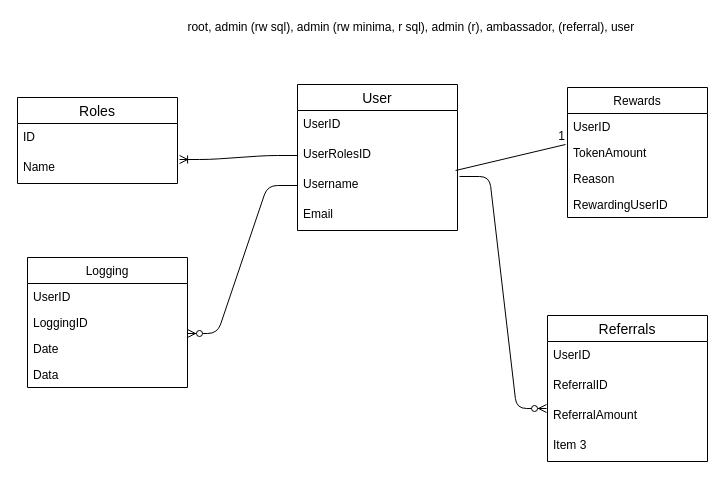
minima-global/incentivecash keeps this draw.io diagram as docs/images/dbase.drawio. Above is the earlier version. Source tidied: cells renumbered, new cells numbered last; positions are measured from the earlier drawing's top-left corner, leaving out a move shared by most shapes. Both pictures are drawn from the tidied source at 100%, with x=0, y=0 at pixel (17, 17).
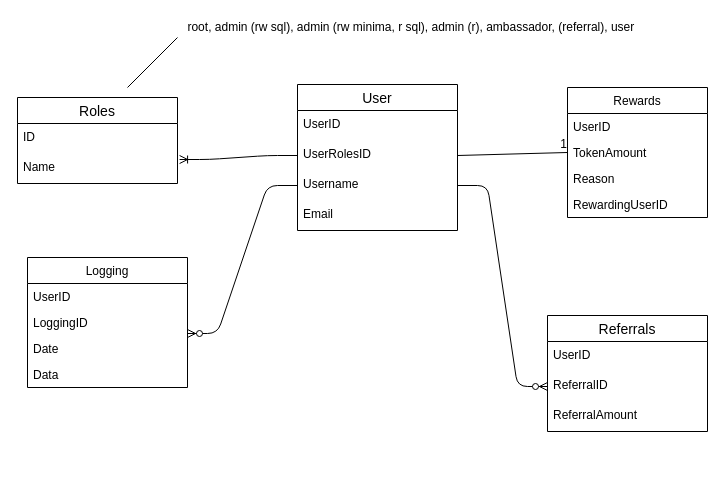
Above is the later version.

Commit message (it also covers changes not shown here):
Latest dbase design

Unchanged cells that the change refers to:
```xml
<mxCell id="4" value="UserRolesID" style="text;strokeColor=none;fillColor=none;spacingLeft=4;spacingRight=4;overflow=hidden;points=[[0,0.5],[1,0.5]];portConstraint=eastwest;fontSize=12;" parent="2" vertex="1">
  <mxGeometry y="56" width="160" height="30" as="geometry" />
</mxCell>
<mxCell id="5" value="Username" style="text;strokeColor=none;fillColor=none;spacingLeft=4;spacingRight=4;overflow=hidden;points=[[0,0.5],[1,0.5]];portConstraint=eastwest;fontSize=12;" parent="2" vertex="1">
  <mxGeometry y="86" width="160" height="30" as="geometry" />
</mxCell>
<mxCell id="12" value="TokenAmount" style="text;strokeColor=none;fillColor=none;align=left;verticalAlign=top;spacingLeft=4;spacingRight=4;overflow=hidden;points=[[0,0.5],[1,0.5]];portConstraint=eastwest;" parent="10" vertex="1">
  <mxGeometry y="52" width="140" height="26" as="geometry" />
</mxCell>
<mxCell id="27" value="ReferralID" style="text;strokeColor=none;fillColor=none;spacingLeft=4;spacingRight=4;overflow=hidden;points=[[0,0.5],[1,0.5]];portConstraint=eastwest;fontSize=12;" parent="25" vertex="1">
  <mxGeometry y="56" width="160" height="30" as="geometry" />
</mxCell>
<mxCell id="28" value="ReferralAmount" style="text;strokeColor=none;fillColor=none;spacingLeft=4;spacingRight=4;overflow=hidden;points=[[0,0.5],[1,0.5]];portConstraint=eastwest;fontSize=12;" parent="25" vertex="1">
  <mxGeometry y="86" width="160" height="30" as="geometry" />
</mxCell>
```

Change to the diagram source:
```diff
@@
-    <mxCell id="22" style="endArrow=none;html=1;rounded=0;entryX=-0.014;entryY=0.192;entryDx=0;entryDy=0;entryPerimeter=0;exitX=0.988;exitY=0;exitDx=0;exitDy=0;exitPerimeter=0;" parent="1" edge="1" target="12">
-      <mxGeometry relative="1" as="geometry">
-        <mxPoint x="438.1" y="153" as="sourcePoint" />
-      </mxGeometry>
+    <mxCell id="22" style="endArrow=none;html=1;rounded=0;entryX=0;entryY=0.5;entryDx=0;entryDy=0;exitX=1;exitY=0.5;exitDx=0;exitDy=0;" parent="1" edge="1" source="4" target="12">
+      <mxGeometry relative="1" as="geometry" />
     </mxCell>
@@
     <mxCell id="25" value="Referrals" style="swimlane;fontStyle=0;horizontal=1;startSize=26;align=center;fontSize=14;" parent="1" vertex="1">
-      <mxGeometry x="530" y="298" width="160" height="146" as="geometry" />
+      <mxGeometry x="530" y="298" width="160" height="116" as="geometry" />
     </mxCell>
@@
-    <mxCell id="29" value="Item 3" style="text;strokeColor=none;fillColor=none;spacingLeft=4;spacingRight=4;overflow=hidden;fontSize=12;" parent="25" vertex="1">
-      <mxGeometry y="116" width="160" height="30" as="geometry" />
-    </mxCell>
-    <mxCell id="30" style="edgeStyle=entityRelationEdgeStyle;fontSize=12;html=1;endArrow=ERzeroToMany;endFill=1;entryX=-0.006;entryY=0.233;entryDx=0;entryDy=0;entryPerimeter=0;" parent="1" edge="1" target="28">
-      <mxGeometry relative="1" as="geometry">
-        <mxPoint x="442" y="159" as="sourcePoint" />
-      </mxGeometry>
+    <mxCell id="30" style="edgeStyle=entityRelationEdgeStyle;fontSize=12;html=1;endArrow=ERzeroToMany;endFill=1;entryX=0;entryY=0.5;entryDx=0;entryDy=0;exitX=1;exitY=0.5;exitDx=0;exitDy=0;" parent="1" edge="1" source="5" target="27">
+      <mxGeometry relative="1" as="geometry" />
     </mxCell>
+    <mxCell id="31" style="endArrow=none;html=1;" parent="1" edge="1">
+      <mxGeometry relative="1" as="geometry">
+        <mxPoint x="110" y="70" as="sourcePoint" />
+        <mxPoint x="160" y="20" as="targetPoint" />
+      </mxGeometry>
+    </mxCell>
```
